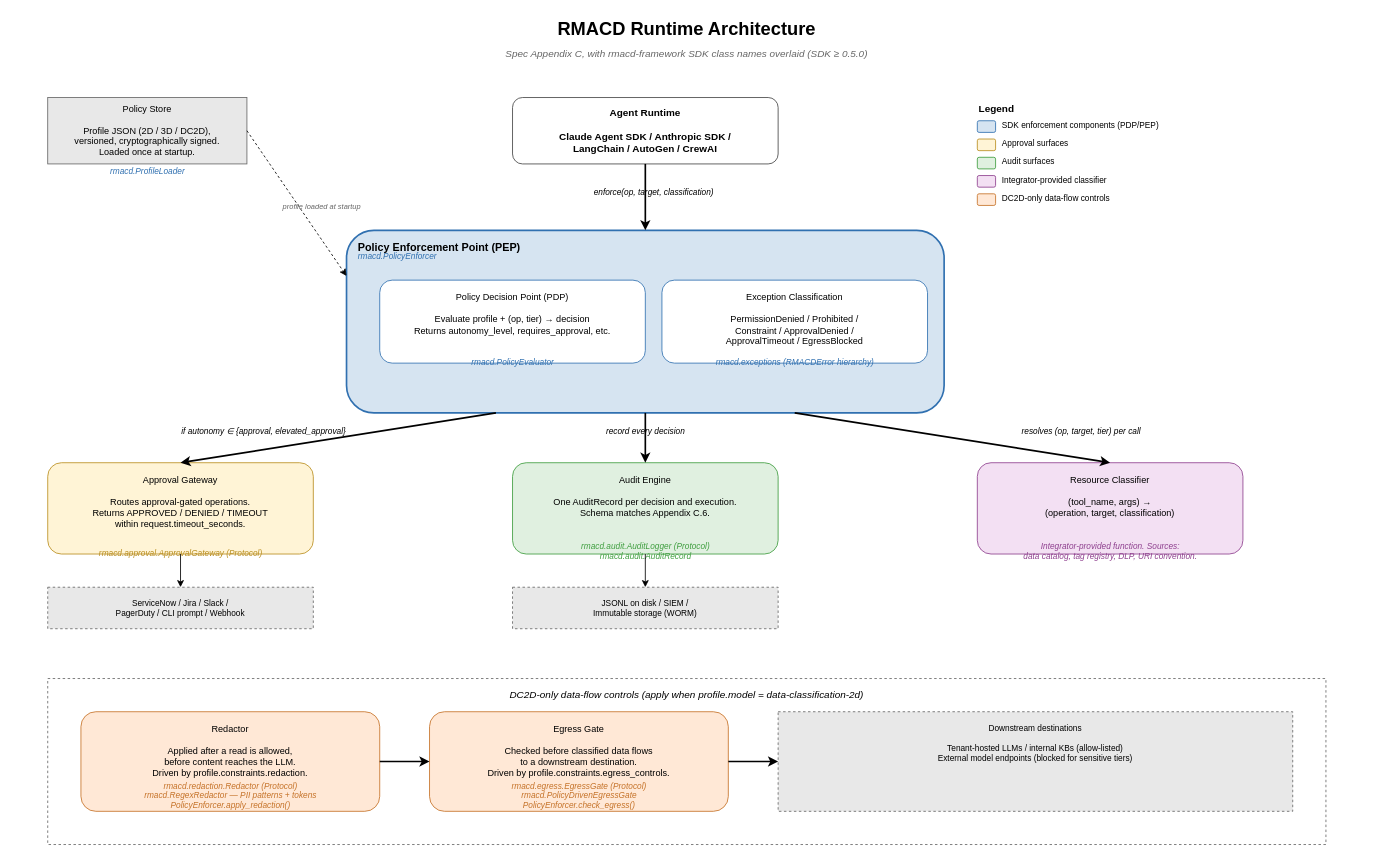
Before: docs/RMACD_Runtime_Architecture.drawio in rmacdframework/spec, a draw.io diagram. Source tidied: cells renumbered, new cells numbered last; positions are measured from the earlier drawing's top-left corner, leaving out a move shared by most shapes. Both pictures are drawn from the tidied source at 83%, with x=0, y=0 at pixel (14, 14).
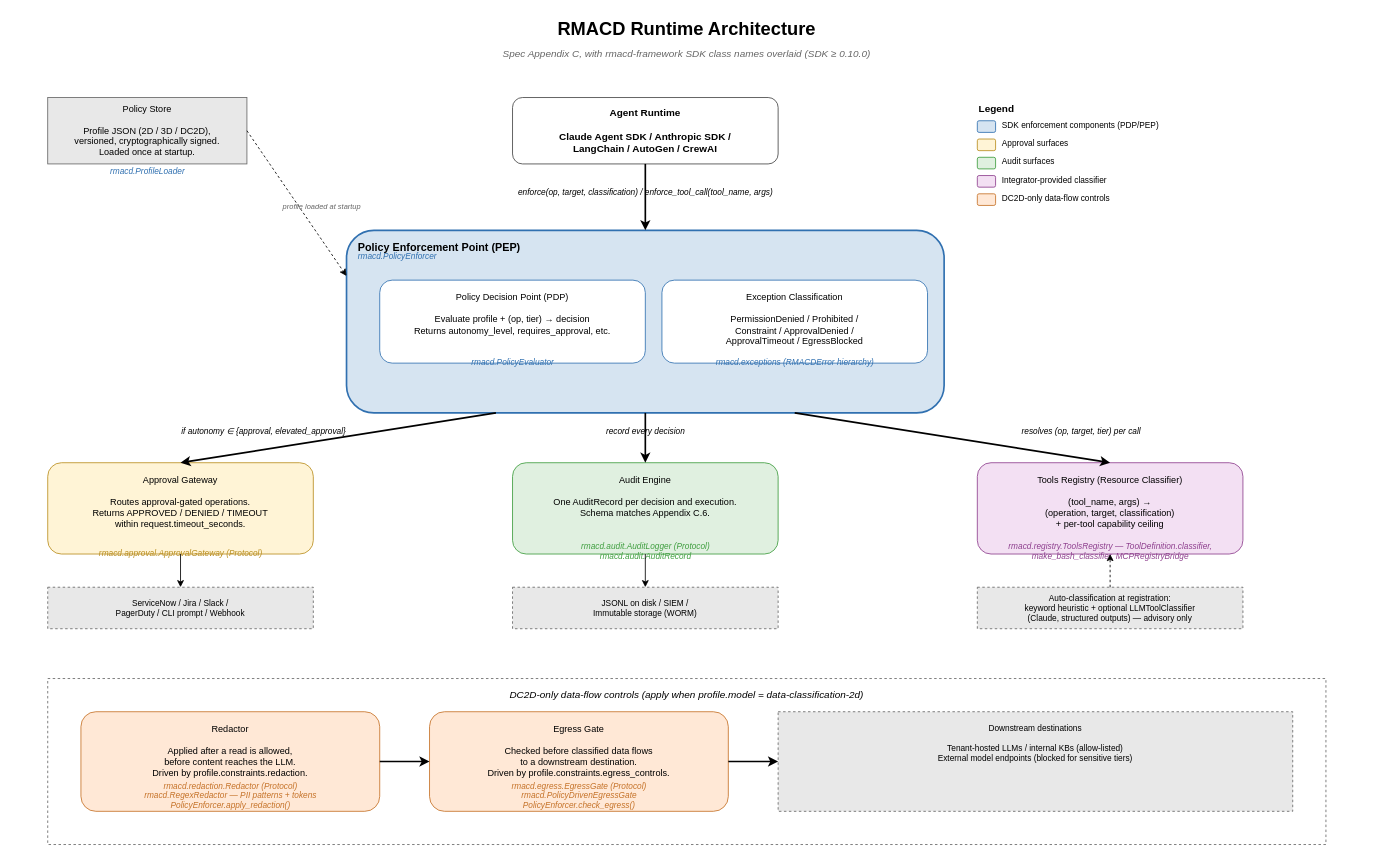
Above is the later version.

Diff of the diagram source:
```diff
@@
-    <mxCell id="3" value="Spec Appendix C, with rmacd-framework SDK class names overlaid (SDK ≥ 0.5.0)" style="text;html=1;align=center;verticalAlign=middle;whiteSpace=wrap;rounded=0;fontSize=12;fontStyle=2;fontColor=#666666;" parent="1" vertex="1">
+    <mxCell id="3" value="Spec Appendix C, with rmacd-framework SDK class names overlaid (SDK ≥ 0.10.0)" style="text;html=1;align=center;verticalAlign=middle;whiteSpace=wrap;rounded=0;fontSize=12;fontStyle=2;fontColor=#666666;" parent="1" vertex="1">
       <mxGeometry y="38" width="1620" height="20" as="geometry" />
     </mxCell>
@@
-    <mxCell id="19" value="Resource Classifier&#10;&#10;(tool_name, args) →&#10;(operation, target, classification)" style="rounded=1;whiteSpace=wrap;html=1;fillColor=#F3E0F3;strokeColor=#8E3F8E;fontSize=11;verticalAlign=top;spacingTop=8;" parent="1" vertex="1">
+    <mxCell id="19" value="Tools Registry (Resource Classifier)&#10;&#10;(tool_name, args) →&#10;(operation, target, classification)&#10;+ per-tool capability ceiling" style="rounded=1;whiteSpace=wrap;html=1;fillColor=#F3E0F3;strokeColor=#8E3F8E;fontSize=11;verticalAlign=top;spacingTop=8;" parent="1" vertex="1">
       <mxGeometry x="1160" y="540" width="320" height="110" as="geometry" />
     </mxCell>
-    <mxCell id="20" value="Integrator-provided function. Sources:&#10;data catalog, tag registry, DLP, URI convention." style="text;html=1;align=center;verticalAlign=middle;fontSize=10;fontStyle=2;fontColor=#8E3F8E;" parent="1" vertex="1">
+    <mxCell id="20" value="rmacd.registry.ToolsRegistry — ToolDefinition.classifier,&#10;make_bash_classifier, MCPRegistryBridge" style="text;html=1;align=center;verticalAlign=middle;fontSize=10;fontStyle=2;fontColor=#8E3F8E;" parent="1" vertex="1">
       <mxGeometry x="1160" y="630" width="320" height="32" as="geometry" />
     </mxCell>
+    <mxCell id="52" value="Auto-classification at registration:&#10;keyword heuristic + optional LLMToolClassifier&#10;(Claude, structured outputs) — advisory only" style="rounded=0;whiteSpace=wrap;html=1;fillColor=#E8E8E8;strokeColor=#666666;fontSize=10;dashed=1;" parent="1" vertex="1">
+      <mxGeometry x="1160" y="690" width="320" height="50" as="geometry" />
+    </mxCell>
+    <mxCell id="53" style="endArrow=classic;html=1;exitX=0.5;exitY=0;entryX=0.5;entryY=1;strokeWidth=1;dashed=1;" parent="1" edge="1" source="52" target="19">
+      <mxGeometry relative="1" as="geometry" />
+    </mxCell>
@@
-    <mxCell id="28" value="enforce(op, target, classification)" style="text;html=1;align=center;fontSize=10;fontStyle=2;" parent="1" vertex="1">
-      <mxGeometry x="660" y="202" width="220" height="20" as="geometry" />
+    <mxCell id="28" value="enforce(op, target, classification) / enforce_tool_call(tool_name, args)" style="text;html=1;align=center;fontSize=10;fontStyle=2;" parent="1" vertex="1">
+      <mxGeometry x="540" y="202" width="440" height="20" as="geometry" />
     </mxCell>
```
